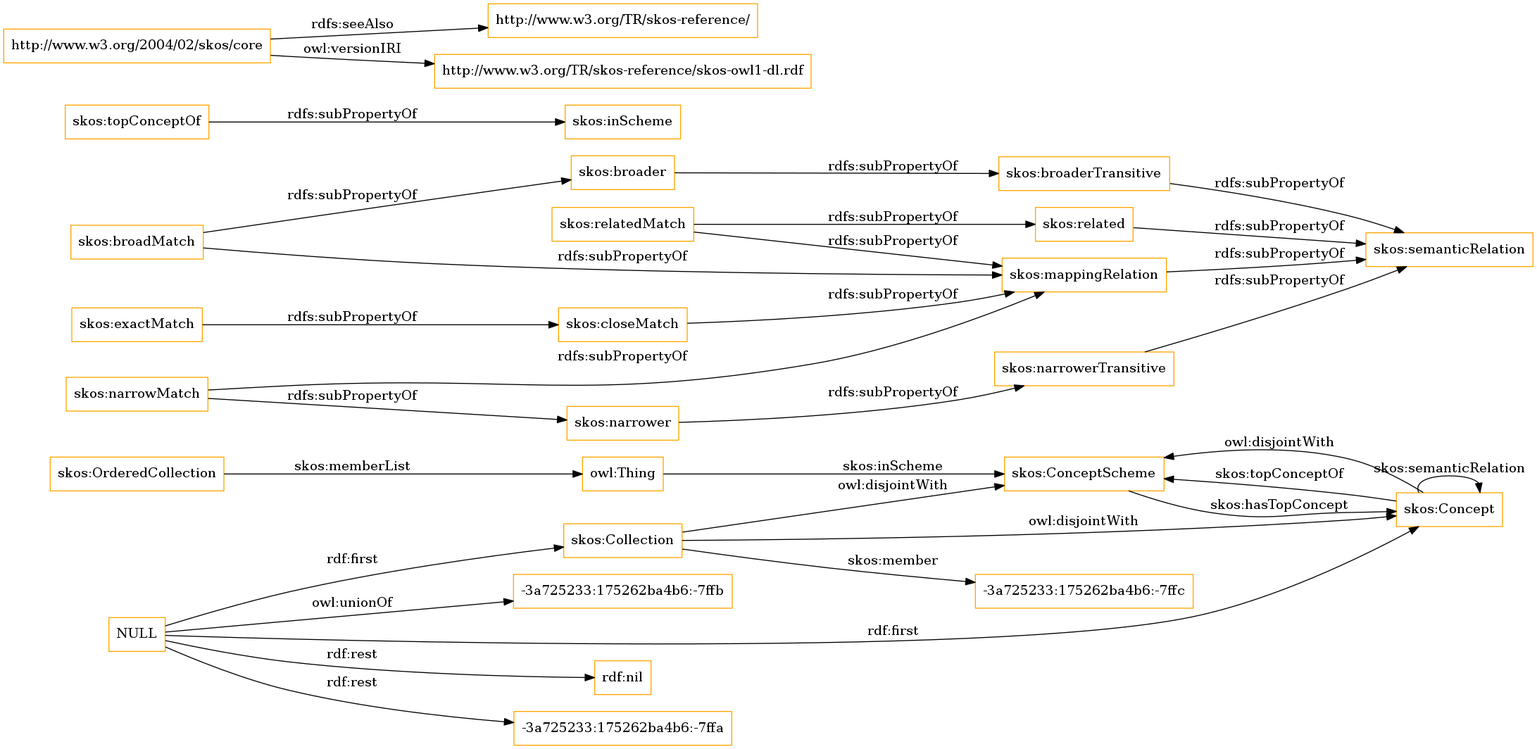
OnToologyUser/core-ontology-1 keeps this Graphviz diagram as OnToology/imports/skos.owl/diagrams/ar2dtool-class/skos.owl.png. Above is the earlier version. Its source is kept beside it as OnToology/imports/skos.owl/diagrams/ar2dtool-class/skos.owl.png.dot.
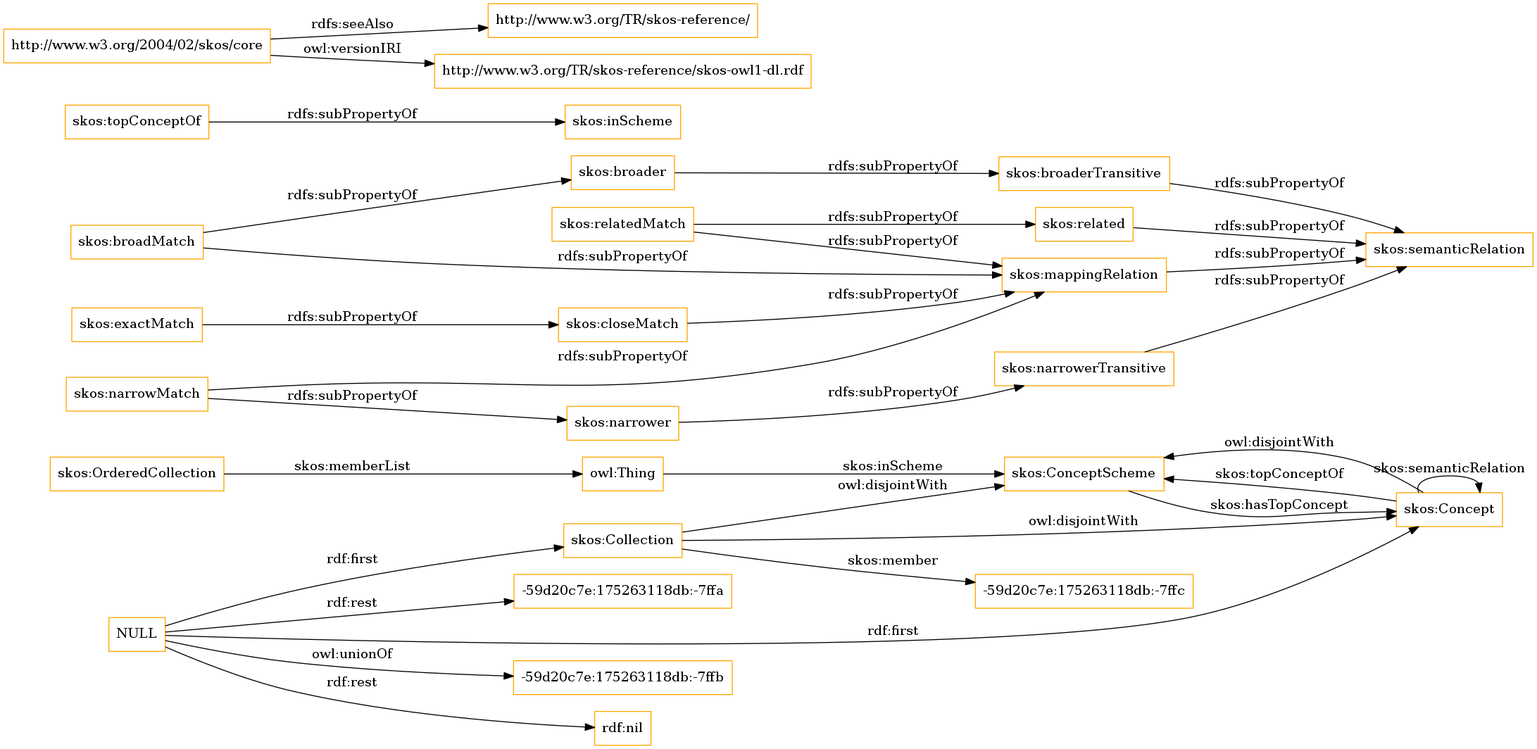
The same diagram one commit later.

Change to the diagram source:
```diff
@@ -1,13 +1,13 @@
 digraph ar2dtool_diagram {
 rankdir=LR;
 size="1501"
-node [shape = rectangle, color="orange"]; "skos:OrderedCollection" "skos:ConceptScheme" "skos:Concept" "skos:Collection" "-3a725233:175262ba4b6:-7ffc" ; /*classes style*/
+node [shape = rectangle, color="orange"]; "skos:OrderedCollection" "skos:ConceptScheme" "skos:Concept" "skos:Collection" "-59d20c7e:175263118db:-7ffc" ; /*classes style*/
 	"skos:narrowerTransitive" -> "skos:semanticRelation" [ label = "rdfs:subPropertyOf" ];
+	"NULL" -> "-59d20c7e:175263118db:-7ffb" [ label = "owl:unionOf" ];
 	"NULL" -> "rdf:nil" [ label = "rdf:rest" ];
 	"NULL" -> "skos:Concept" [ label = "rdf:first" ];
-	"NULL" -> "-3a725233:175262ba4b6:-7ffa" [ label = "rdf:rest" ];
+	"NULL" -> "-59d20c7e:175263118db:-7ffa" [ label = "rdf:rest" ];
 	"NULL" -> "skos:Collection" [ label = "rdf:first" ];
-	"NULL" -> "-3a725233:175262ba4b6:-7ffb" [ label = "owl:unionOf" ];
 	"skos:closeMatch" -> "skos:mappingRelation" [ label = "rdfs:subPropertyOf" ];
 	"skos:Concept" -> "skos:ConceptScheme" [ label = "owl:disjointWith" ];
 	"skos:relatedMatch" -> "skos:related" [ label = "rdfs:subPropertyOf" ];
@@ -30,7 +30,7 @@
 	"skos:OrderedCollection" -> "owl:Thing" [ label = "skos:memberList" ];
 	"skos:Concept" -> "skos:ConceptScheme" [ label = "skos:topConceptOf" ];
 	"skos:Concept" -> "skos:Concept" [ label = "skos:semanticRelation" ];
-	"skos:Collection" -> "-3a725233:175262ba4b6:-7ffc" [ label = "skos:member" ];
+	"skos:Collection" -> "-59d20c7e:175263118db:-7ffc" [ label = "skos:member" ];
 	"skos:ConceptScheme" -> "skos:Concept" [ label = "skos:hasTopConcept" ];
 	"owl:Thing" -> "skos:ConceptScheme" [ label = "skos:inScheme" ];
 
```
